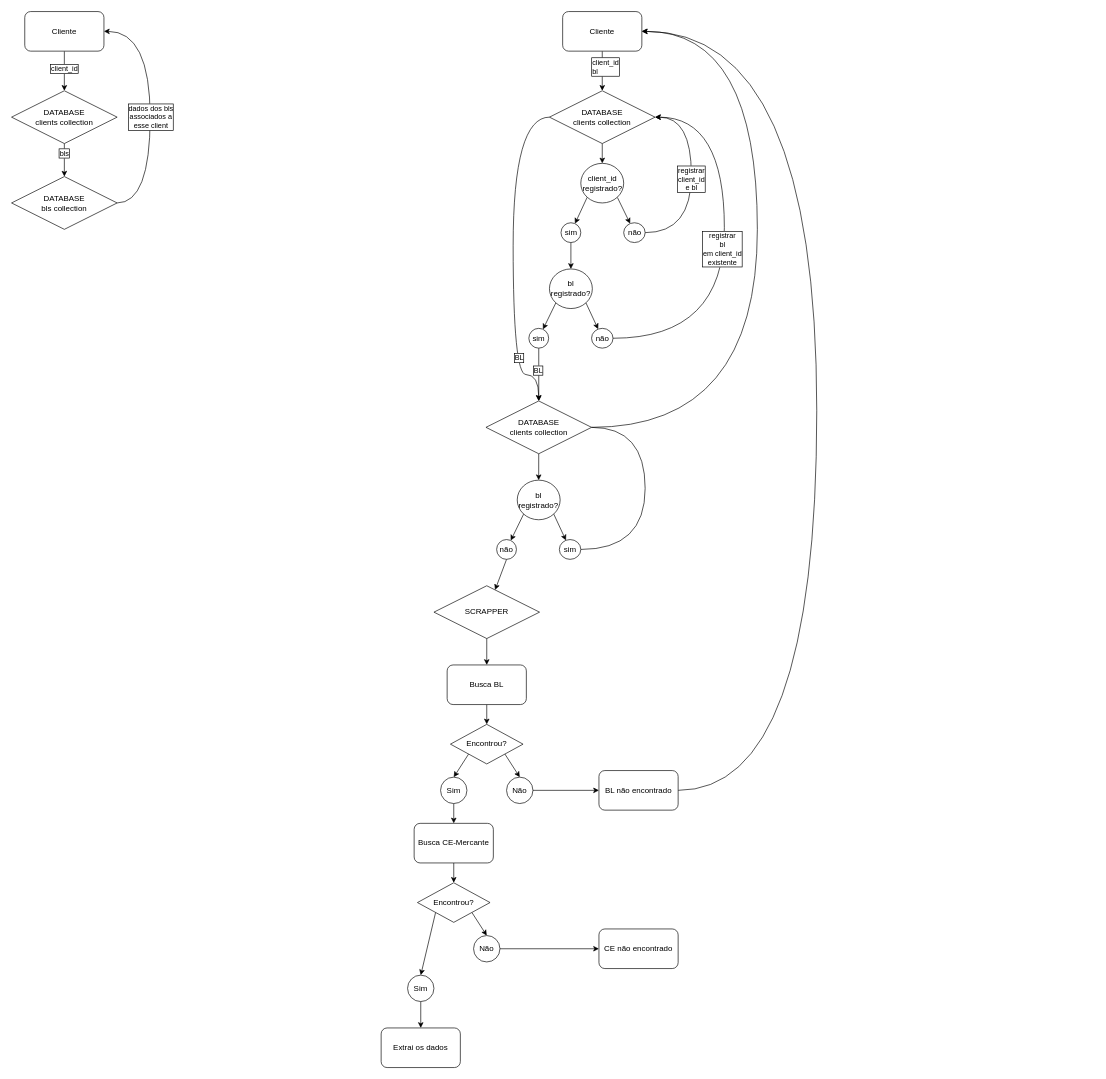
The draw.io diagram page "Page-1" (1 of 2) of scraper.drawio in ivanrff/bcx-scraper, before the edit. Source tidied: cells renumbered, new cells numbered last; positions are measured from the earlier drawing's top-left corner, leaving out a move shared by most shapes. Both pictures are drawn from the tidied source at 66%, with x=0, y=0 at pixel (11, 11).
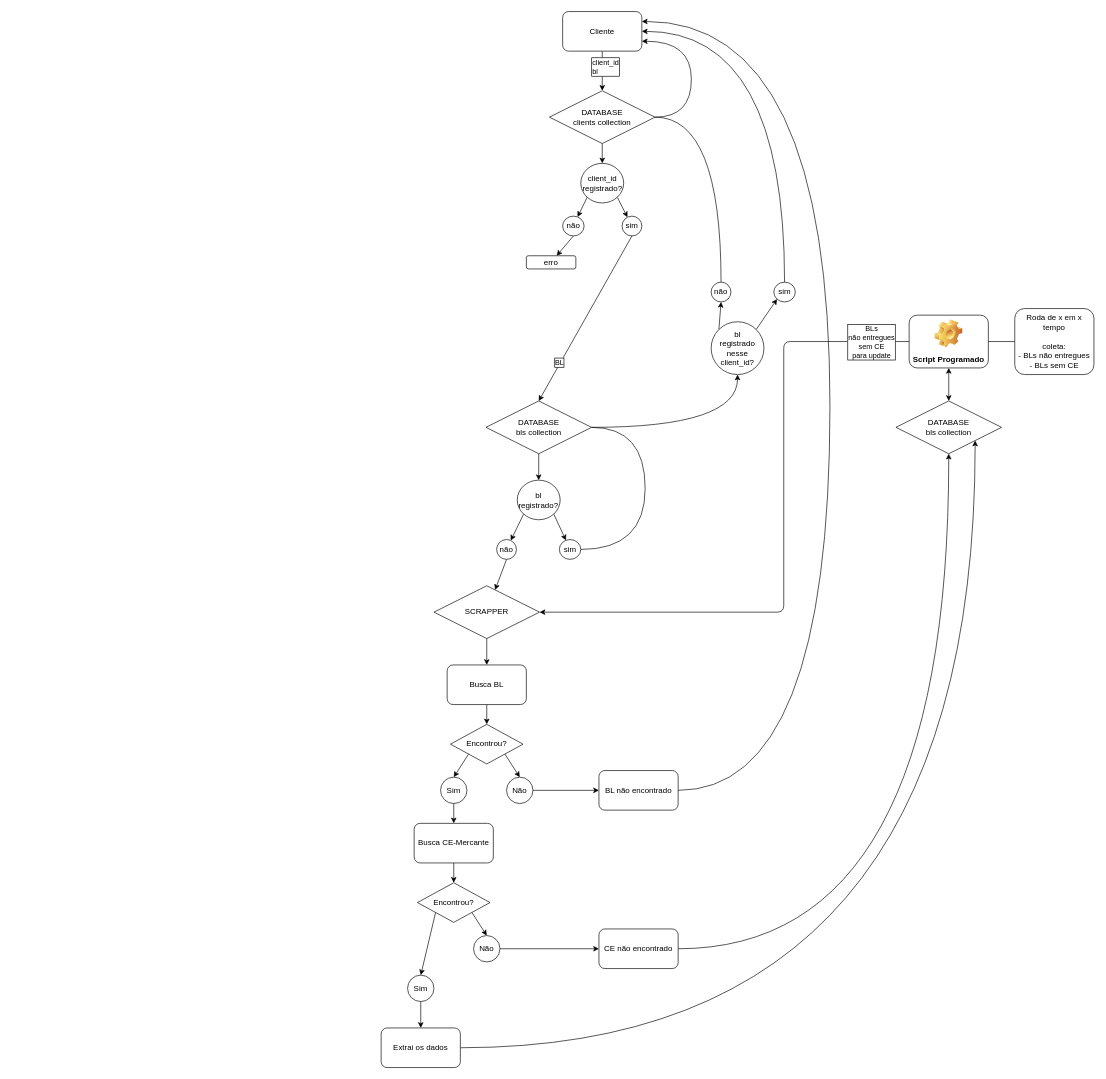
After the change.

The change refers to these unchanged cells:
```xml
<mxCell id="13" value="Cliente" style="rounded=1;whiteSpace=wrap;html=1;" parent="1" vertex="1">
  <mxGeometry x="835" width="120" height="60" as="geometry" />
</mxCell>
<mxCell id="17" value="DATABASE&lt;br&gt;clients collection" style="rhombus;whiteSpace=wrap;html=1;" parent="1" vertex="1">
  <mxGeometry x="815" y="120" width="160" height="80" as="geometry" />
</mxCell>
<mxCell id="20" value="client_id&lt;div&gt;registrado?&lt;/div&gt;" style="ellipse;whiteSpace=wrap;html=1;" parent="1" vertex="1">
  <mxGeometry x="862.5" y="230" width="65" height="60" as="geometry" />
</mxCell>
<mxCell id="45" value="SCRAPPER" style="rhombus;whiteSpace=wrap;html=1;" parent="1" vertex="1">
  <mxGeometry x="640" y="870" width="160" height="80" as="geometry" />
</mxCell>
<mxCell id="57" value="BL não encontrado" style="rounded=1;whiteSpace=wrap;html=1;" parent="1" vertex="1">
  <mxGeometry x="890" y="1150" width="120" height="60" as="geometry" />
</mxCell>
<mxCell id="67" value="CE não encontrado" style="rounded=1;whiteSpace=wrap;html=1;" parent="1" vertex="1">
  <mxGeometry x="890" y="1390" width="120" height="60" as="geometry" />
</mxCell>
<mxCell id="68" value="Extrai os dados" style="rounded=1;whiteSpace=wrap;html=1;" parent="1" vertex="1">
  <mxGeometry x="560" y="1540" width="120" height="60" as="geometry" />
</mxCell>
```

The edit, as a diff of the source:
```diff
@@
-    <mxCell id="2" style="edgeStyle=none;html=1;exitX=0.5;exitY=1;exitDx=0;exitDy=0;entryX=0.5;entryY=0;entryDx=0;entryDy=0;" parent="1" edge="1" source="4" target="7">
-      <mxGeometry relative="1" as="geometry" />
-    </mxCell>
-    <mxCell id="3" value="client_id" style="edgeLabel;html=1;align=center;verticalAlign=middle;spacingLeft=0;labelBorderColor=default;" parent="2" vertex="1">
-      <mxGeometry x="-0.13" y="-1" relative="1" as="geometry" />
-    </mxCell>
-    <mxCell id="4" value="Cliente" style="rounded=1;whiteSpace=wrap;html=1;" parent="1" vertex="1">
-      <mxGeometry x="20" width="120" height="60" as="geometry" />
-    </mxCell>
-    <mxCell id="5" style="edgeStyle=none;html=1;" parent="1" edge="1" source="7" target="10">
-      <mxGeometry relative="1" as="geometry" />
-    </mxCell>
-    <mxCell id="6" value="bls" style="edgeLabel;html=1;align=center;verticalAlign=middle;labelBorderColor=default;" parent="5" vertex="1">
-      <mxGeometry x="-0.44" y="-1" relative="1" as="geometry" />
-    </mxCell>
-    <mxCell id="7" value="DATABASE&lt;br&gt;clients collection" style="rhombus;whiteSpace=wrap;html=1;" parent="1" vertex="1">
-      <mxGeometry y="120" width="160" height="80" as="geometry" />
-    </mxCell>
-    <mxCell id="8" style="edgeStyle=orthogonalEdgeStyle;html=1;exitX=1;exitY=0.5;exitDx=0;exitDy=0;entryX=1;entryY=0.5;entryDx=0;entryDy=0;curved=1;" parent="1" edge="1" source="10" target="4">
-      <mxGeometry relative="1" as="geometry">
-        <Array as="points">
-          <mxPoint x="210" y="290" />
-          <mxPoint x="210" y="30" />
-        </Array>
-      </mxGeometry>
-    </mxCell>
-    <mxCell id="9" value="dados dos bls&lt;br&gt;associados a&lt;br&gt;esse client" style="edgeLabel;html=1;align=center;verticalAlign=middle;labelBorderColor=default;" parent="8" vertex="1">
-      <mxGeometry x="-0.05" relative="1" as="geometry" />
-    </mxCell>
-    <mxCell id="10" value="DATABASE&lt;br&gt;bls collection" style="rhombus;whiteSpace=wrap;html=1;" parent="1" vertex="1">
-      <mxGeometry y="250" width="160" height="80" as="geometry" />
-    </mxCell>
@@
-    <mxCell id="15" style="edgeStyle=orthogonalEdgeStyle;html=1;exitX=0;exitY=0.5;exitDx=0;exitDy=0;entryX=0.5;entryY=0;entryDx=0;entryDy=0;curved=1;" parent="1" edge="1" source="17" target="37">
-      <mxGeometry relative="1" as="geometry">
-        <Array as="points">
-          <mxPoint x="760" y="160" />
-          <mxPoint x="760" y="550" />
-          <mxPoint x="799" y="550" />
-        </Array>
-      </mxGeometry>
-    </mxCell>
-    <mxCell id="16" value="BL" style="edgeLabel;html=1;align=center;verticalAlign=middle;textShadow=0;labelBorderColor=default;" parent="15" vertex="1">
-      <mxGeometry x="0.6" y="8" relative="1" as="geometry" />
-    </mxCell>
+    <mxCell id="69" style="edgeStyle=orthogonalEdgeStyle;html=1;exitX=1;exitY=0.5;exitDx=0;exitDy=0;entryX=1;entryY=0.75;entryDx=0;entryDy=0;curved=1;" parent="1" edge="1" source="17" target="13">
+      <mxGeometry relative="1" as="geometry">
+        <Array as="points">
+          <mxPoint x="1030" y="160" />
+          <mxPoint x="1030" y="45" />
+        </Array>
+      </mxGeometry>
+    </mxCell>
@@
-    <mxCell id="18" style="edgeStyle=none;html=1;exitX=0;exitY=1;exitDx=0;exitDy=0;" parent="1" edge="1" source="20" target="22">
+    <mxCell id="18" style="edgeStyle=none;html=1;exitX=1;exitY=1;exitDx=0;exitDy=0;" parent="1" edge="1" source="20" target="22">
       <mxGeometry relative="1" as="geometry" />
     </mxCell>
-    <mxCell id="19" style="edgeStyle=none;html=1;exitX=1;exitY=1;exitDx=0;exitDy=0;" parent="1" edge="1" source="20" target="25">
+    <mxCell id="19" style="edgeStyle=none;html=1;exitX=0;exitY=1;exitDx=0;exitDy=0;" parent="1" edge="1" source="20" target="25">
       <mxGeometry relative="1" as="geometry" />
     </mxCell>
@@
-    <mxCell id="21" style="edgeStyle=none;html=1;" parent="1" edge="1" source="22" target="28">
-      <mxGeometry relative="1" as="geometry" />
-    </mxCell>
     <mxCell id="22" value="sim" style="ellipse;whiteSpace=wrap;html=1;" parent="1" vertex="1">
-      <mxGeometry x="832.5" y="320" width="30" height="30" as="geometry" />
+      <mxGeometry x="925" y="310" width="30" height="30" as="geometry" />
     </mxCell>
-    <mxCell id="23" style="edgeStyle=orthogonalEdgeStyle;html=1;exitX=1;exitY=0.5;exitDx=0;exitDy=0;entryX=1;entryY=0.5;entryDx=0;entryDy=0;curved=1;strokeColor=default;endArrow=classic;endFill=1;" parent="1" edge="1" source="25" target="17">
-      <mxGeometry relative="1" as="geometry">
-        <Array as="points">
-          <mxPoint x="1030" y="335" />
-          <mxPoint x="1030" y="160" />
-        </Array>
-      </mxGeometry>
-    </mxCell>
-    <mxCell id="24" value="registrar&lt;br&gt;client_id&lt;br&gt;e bl" style="edgeLabel;html=1;align=center;verticalAlign=middle;labelBorderColor=default;" parent="23" vertex="1">
-      <mxGeometry x="0.01" y="1" relative="1" as="geometry" />
-    </mxCell>
+    <mxCell id="70" style="edgeStyle=none;html=1;exitX=0.5;exitY=1;exitDx=0;exitDy=0;" parent="1" edge="1" source="25" target="74">
+      <mxGeometry relative="1" as="geometry" />
+    </mxCell>
     <mxCell id="25" value="não" style="ellipse;whiteSpace=wrap;html=1;" parent="1" vertex="1">
-      <mxGeometry x="927.5" y="320" width="32.5" height="30" as="geometry" />
+      <mxGeometry x="835" y="310" width="32.5" height="30" as="geometry" />
     </mxCell>
-    <mxCell id="26" style="edgeStyle=none;html=1;exitX=0;exitY=1;exitDx=0;exitDy=0;" parent="1" edge="1" source="28" target="31">
-      <mxGeometry relative="1" as="geometry" />
-    </mxCell>
-    <mxCell id="27" style="edgeStyle=none;html=1;exitX=1;exitY=1;exitDx=0;exitDy=0;" parent="1" edge="1" source="28" target="34">
-      <mxGeometry relative="1" as="geometry" />
-    </mxCell>
-    <mxCell id="28" value="bl&lt;div&gt;registrado?&lt;/div&gt;" style="ellipse;whiteSpace=wrap;html=1;" parent="1" vertex="1">
-      <mxGeometry x="815" y="390" width="65" height="60" as="geometry" />
-    </mxCell>
-    <mxCell id="29" style="edgeStyle=none;html=1;exitX=0.5;exitY=1;exitDx=0;exitDy=0;entryX=0.5;entryY=0;entryDx=0;entryDy=0;" parent="1" edge="1" source="31" target="37">
+    <mxCell id="29" style="edgeStyle=none;html=1;exitX=0.5;exitY=1;exitDx=0;exitDy=0;entryX=0.5;entryY=0;entryDx=0;entryDy=0;" parent="1" edge="1" source="22" target="37">
       <mxGeometry relative="1" as="geometry" />
     </mxCell>
     <mxCell id="30" value="BL" style="edgeLabel;html=1;align=center;verticalAlign=middle;textShadow=0;labelBorderColor=default;" parent="29" vertex="1">
-      <mxGeometry x="-0.17" y="-1" relative="1" as="geometry" />
+      <mxGeometry x="-0.17" y="-1" relative="1" as="geometry">
+        <mxPoint x="-51" y="88" as="offset" />
+      </mxGeometry>
     </mxCell>
-    <mxCell id="31" value="sim" style="ellipse;whiteSpace=wrap;html=1;" parent="1" vertex="1">
-      <mxGeometry x="783.8" y="480" width="30" height="30" as="geometry" />
-    </mxCell>
-    <mxCell id="32" style="edgeStyle=orthogonalEdgeStyle;html=1;exitX=1;exitY=0.5;exitDx=0;exitDy=0;entryX=1;entryY=0.5;entryDx=0;entryDy=0;curved=1;endArrow=classic;endFill=1;" parent="1" edge="1" source="34" target="17">
-      <mxGeometry relative="1" as="geometry">
-        <Array as="points">
-          <mxPoint x="1080" y="495" />
-          <mxPoint x="1080" y="160" />
-        </Array>
-      </mxGeometry>
-    </mxCell>
-    <mxCell id="33" value="registrar&lt;br&gt;bl&lt;br&gt;em client_id&lt;div&gt;existente&lt;/div&gt;" style="edgeLabel;html=1;align=center;verticalAlign=middle;labelBorderColor=default;" parent="32" vertex="1">
-      <mxGeometry y="4" relative="1" as="geometry" />
-    </mxCell>
-    <mxCell id="34" value="não" style="ellipse;whiteSpace=wrap;html=1;" parent="1" vertex="1">
-      <mxGeometry x="878.8" y="480" width="32.5" height="30" as="geometry" />
-    </mxCell>
@@
-    <mxCell id="36" style="edgeStyle=orthogonalEdgeStyle;html=1;exitX=1;exitY=0.5;exitDx=0;exitDy=0;entryX=1;entryY=0.5;entryDx=0;entryDy=0;curved=1;" parent="1" edge="1" source="37" target="13">
-      <mxGeometry relative="1" as="geometry">
-        <Array as="points">
-          <mxPoint x="1130" y="630" />
-          <mxPoint x="1130" y="30" />
-        </Array>
-      </mxGeometry>
-    </mxCell>
+    <mxCell id="71" style="edgeStyle=orthogonalEdgeStyle;html=1;exitX=1;exitY=0.5;exitDx=0;exitDy=0;entryX=0.5;entryY=1;entryDx=0;entryDy=0;curved=1;" parent="1" edge="1" source="37" target="77">
+      <mxGeometry relative="1" as="geometry" />
+    </mxCell>
-    <mxCell id="37" value="DATABASE&lt;br&gt;clients collection" style="rhombus;whiteSpace=wrap;html=1;" parent="1" vertex="1">
+    <mxCell id="37" value="DATABASE&lt;br&gt;bls collection" style="rhombus;whiteSpace=wrap;html=1;" parent="1" vertex="1">
       <mxGeometry x="718.8" y="590" width="160" height="80" as="geometry" />
     </mxCell>
@@
-    <mxCell id="56" style="edgeStyle=orthogonalEdgeStyle;html=1;exitX=1;exitY=0.5;exitDx=0;exitDy=0;entryX=1;entryY=0.5;entryDx=0;entryDy=0;curved=1;" parent="1" edge="1" source="57" target="13">
+    <mxCell id="56" style="edgeStyle=orthogonalEdgeStyle;html=1;exitX=1;exitY=0.5;exitDx=0;exitDy=0;entryX=1;entryY=0.25;entryDx=0;entryDy=0;curved=1;" parent="1" edge="1" source="57" target="13">
       <mxGeometry relative="1" as="geometry">
         <Array as="points">
-          <mxPoint x="1220" y="1180" />
-          <mxPoint x="1220" y="30" />
+          <mxPoint x="1240" y="1180" />
+          <mxPoint x="1240" y="15" />
         </Array>
       </mxGeometry>
     </mxCell>
@@
+    <mxCell id="72" style="edgeStyle=orthogonalEdgeStyle;html=1;exitX=1;exitY=0.5;exitDx=0;exitDy=0;entryX=0.5;entryY=1;entryDx=0;entryDy=0;curved=1;" parent="1" edge="1" source="67" target="36">
+      <mxGeometry relative="1" as="geometry" />
+    </mxCell>
@@
+    <mxCell id="73" style="edgeStyle=orthogonalEdgeStyle;html=1;exitX=1;exitY=0.5;exitDx=0;exitDy=0;entryX=1;entryY=1;entryDx=0;entryDy=0;curved=1;" parent="1" edge="1" source="68" target="36">
+      <mxGeometry relative="1" as="geometry">
+        <Array as="points">
+          <mxPoint x="1460" y="1570" />
+        </Array>
+      </mxGeometry>
+    </mxCell>
@@
+    <mxCell id="74" value="erro" style="rounded=1;whiteSpace=wrap;html=1;" parent="1" vertex="1">
+      <mxGeometry x="780" y="370" width="75" height="20" as="geometry" />
+    </mxCell>
+    <mxCell id="75" style="edgeStyle=none;html=1;exitX=0;exitY=0;exitDx=0;exitDy=0;entryX=0.5;entryY=1;entryDx=0;entryDy=0;" parent="1" edge="1" source="77" target="34">
+      <mxGeometry relative="1" as="geometry" />
+    </mxCell>
+    <mxCell id="76" style="edgeStyle=none;html=1;exitX=1;exitY=0;exitDx=0;exitDy=0;entryX=0;entryY=1;entryDx=0;entryDy=0;" parent="1" edge="1" source="77" target="31">
+      <mxGeometry relative="1" as="geometry" />
+    </mxCell>
+    <mxCell id="77" value="bl&lt;div&gt;registrado&lt;/div&gt;&lt;div&gt;nesse client_id?&lt;/div&gt;" style="ellipse;whiteSpace=wrap;html=1;verticalAlign=middle;" parent="1" vertex="1">
+      <mxGeometry x="1060" y="470" width="80" height="80" as="geometry" />
+    </mxCell>
+    <mxCell id="32" style="edgeStyle=orthogonalEdgeStyle;html=1;exitX=0.5;exitY=0;exitDx=0;exitDy=0;entryX=1;entryY=0.5;entryDx=0;entryDy=0;curved=1;endArrow=none;endFill=0;" parent="1" edge="1" source="34" target="17">
+      <mxGeometry relative="1" as="geometry" />
+    </mxCell>
+    <mxCell id="34" value="não" style="ellipse;whiteSpace=wrap;html=1;" parent="1" vertex="1">
+      <mxGeometry x="1060" y="410" width="30" height="30" as="geometry" />
+    </mxCell>
+    <mxCell id="78" style="edgeStyle=orthogonalEdgeStyle;html=1;exitX=0.5;exitY=0;exitDx=0;exitDy=0;entryX=1;entryY=0.5;entryDx=0;entryDy=0;curved=1;" parent="1" edge="1" source="31" target="13">
+      <mxGeometry relative="1" as="geometry" />
+    </mxCell>
+    <mxCell id="31" value="sim" style="ellipse;whiteSpace=wrap;html=1;" parent="1" vertex="1">
+      <mxGeometry x="1155" y="410" width="32.5" height="30" as="geometry" />
+    </mxCell>
+    <mxCell id="36" value="DATABASE&lt;br&gt;bls collection" style="rhombus;whiteSpace=wrap;html=1;" parent="1" vertex="1">
+      <mxGeometry x="1340" y="590" width="160" height="80" as="geometry" />
+    </mxCell>
+    <mxCell id="79" style="edgeStyle=none;html=1;exitX=0.5;exitY=1;exitDx=0;exitDy=0;rounded=1;curved=0;jumpStyle=none;startArrow=classic;startFill=1;" parent="1" edge="1" source="82" target="36">
+      <mxGeometry relative="1" as="geometry" />
+    </mxCell>
+    <mxCell id="80" style="edgeStyle=orthogonalEdgeStyle;html=1;exitX=0;exitY=0.5;exitDx=0;exitDy=0;snapToPoint=0;fixDash=0;backgroundOutline=0;noJump=0;" parent="1" edge="1" source="82" target="45">
+      <mxGeometry relative="1" as="geometry">
+        <Array as="points">
+          <mxPoint x="1170" y="500" />
+          <mxPoint x="1170" y="910" />
+        </Array>
+      </mxGeometry>
+    </mxCell>
+    <mxCell id="81" value="BLs&lt;br&gt;não entregues&lt;br&gt;sem CE&lt;div&gt;para update&lt;/div&gt;" style="edgeLabel;html=1;align=center;verticalAlign=middle;labelBorderColor=default;" parent="80" vertex="1">
+      <mxGeometry x="-0.87" relative="1" as="geometry">
+        <mxPoint x="5" as="offset" />
+      </mxGeometry>
+    </mxCell>
+    <mxCell id="82" value="Script Programado" style="label;whiteSpace=wrap;html=1;align=center;verticalAlign=bottom;spacingLeft=0;spacingBottom=4;imageAlign=center;imageVerticalAlign=top;image=img/clipart/Gear_128x128.png;" parent="1" vertex="1">
+      <mxGeometry x="1360" y="460" width="120" height="80" as="geometry" />
+    </mxCell>
+    <mxCell id="83" style="edgeStyle=none;html=1;endArrow=none;endFill=0;" parent="1" edge="1" source="84" target="82">
+      <mxGeometry relative="1" as="geometry" />
+    </mxCell>
+    <mxCell id="84" value="Roda de x em x&lt;div&gt;tempo&lt;/div&gt;&lt;div&gt;&lt;br&gt;&lt;/div&gt;&lt;div&gt;coleta:&lt;/div&gt;&lt;div&gt;- BLs não entregues&lt;/div&gt;&lt;div&gt;- BLs sem CE&lt;/div&gt;" style="rounded=1;whiteSpace=wrap;html=1;" parent="1" vertex="1">
+      <mxGeometry x="1520" y="450" width="120" height="100" as="geometry" />
+    </mxCell>
```
